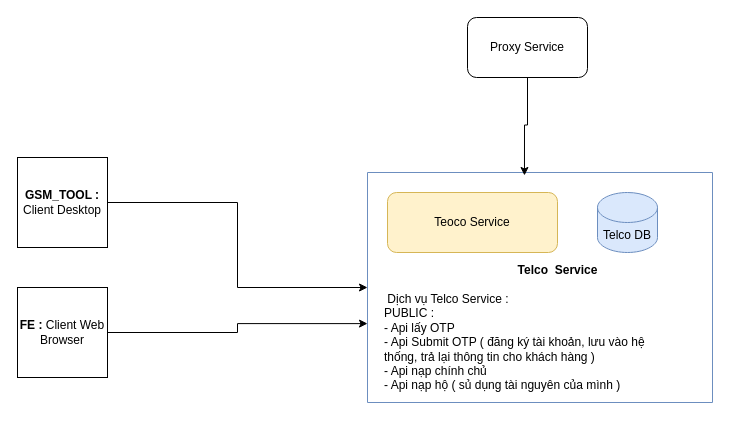
bachdev/diagram keeps this draw.io diagram as VNPAY-Telco Service.drawio. Above is the earlier version. Source tidied: cells renumbered, new cells numbered last; positions are measured from the earlier drawing's top-left corner, leaving out a move shared by most shapes. Both pictures are drawn from the tidied source at 100%, with x=0, y=0 at pixel (17, 17).
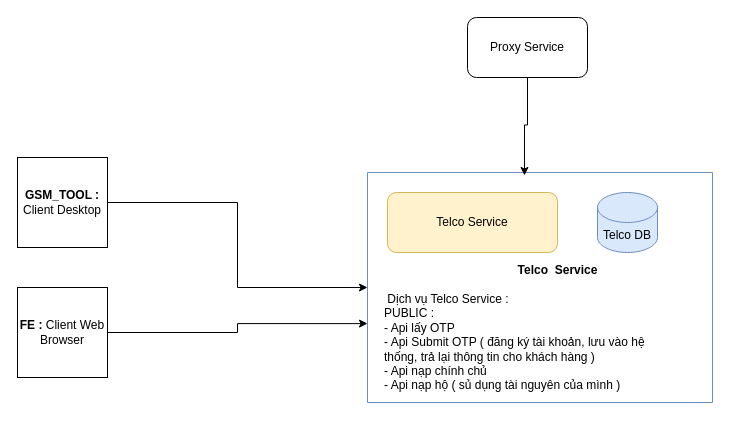
Above is the later version.

Commit message (it also covers changes not shown here):
Cập nhật VNPAY-Telco Service.drawio

Diff of the diagram source:
```diff
@@
 <mxGraphModel>
   <root>
     <mxCell id="0" />
     <mxCell id="1" parent="0" />
     <mxCell id="2" value="Post" style="swimlane;startSize=0;rounded=1;shadow=0;labelBackgroundColor=none;noLabel=1;fillColor=#dae8fc;strokeColor=#6c8ebf;" parent="1" vertex="1">
       <mxGeometry x="350" y="155" width="345" height="230" as="geometry" />
     </mxCell>
     <mxCell id="3" value="&lt;b&gt;Telco&amp;nbsp; Service&lt;br&gt;&lt;/b&gt;" style="text;html=1;align=center;verticalAlign=middle;strokeColor=none;fillColor=none;" parent="2" vertex="1">
       <mxGeometry x="140" y="82.5" width="100" height="30" as="geometry" />
     </mxCell>
-    <mxCell id="4" value="Teoco Service" style="rounded=1;whiteSpace=wrap;html=1;fillColor=#fff2cc;strokeColor=#d6b656;" parent="2" vertex="1">
+    <mxCell id="4" value="Telco Service" style="rounded=1;whiteSpace=wrap;html=1;fillColor=#fff2cc;strokeColor=#d6b656;" parent="2" vertex="1">
       <mxGeometry x="20" y="20" width="170" height="60" as="geometry" />
     </mxCell>
     <mxCell id="5" value="Telco DB" style="shape=cylinder3;whiteSpace=wrap;html=1;boundedLbl=1;backgroundOutline=1;size=15;fillColor=#dae8fc;strokeColor=#6c8ebf;" parent="2" vertex="1">
       <mxGeometry x="230" y="20" width="60" height="60" as="geometry" />
     </mxCell>
     <mxCell id="6" value="&lt;div&gt;&amp;nbsp;Dịch vụ Telco Service : &lt;br&gt;&lt;/div&gt;&lt;div&gt;PUBLIC : &lt;br&gt;&lt;/div&gt;&lt;div&gt;- Api lấy OTP &lt;br&gt;&lt;/div&gt;&lt;div&gt;- Api Submit OTP ( đăng ký tài khoản, lưu vào hệ thống, trả lại thông tin cho khách hàng ) &lt;br&gt;&lt;/div&gt;&lt;div&gt;- Api nạp chính chủ &lt;br&gt;&lt;/div&gt;&lt;div&gt;- Api nạp hộ ( sủ dụng tài nguyên của mình ) &lt;br&gt;&lt;/div&gt;&lt;div&gt;&lt;br&gt;&lt;/div&gt;&lt;div&gt;&lt;br&gt; &lt;/div&gt;" style="text;html=1;whiteSpace=wrap;overflow=hidden;rounded=0;" parent="2" vertex="1">
       <mxGeometry x="15" y="112.5" width="295" height="127.5" as="geometry" />
     </mxCell>
     <mxCell id="7" style="edgeStyle=orthogonalEdgeStyle;rounded=0;jettySize=auto;html=1;" parent="1" edge="1" source="8" target="2">
       <mxGeometry relative="1" as="geometry" />
     </mxCell>
     <mxCell id="8" value="&lt;b&gt;GSM_TOOL : &lt;/b&gt;Client Desktop " style="whiteSpace=wrap;html=1;" parent="1" vertex="1">
       <mxGeometry y="140" width="90" height="90" as="geometry" />
     </mxCell>
     <mxCell id="9" value="&lt;b&gt;FE : &lt;/b&gt;Client Web Browser " style="whiteSpace=wrap;html=1;" parent="1" vertex="1">
       <mxGeometry y="270" width="90" height="90" as="geometry" />
     </mxCell>
     <mxCell id="10" style="edgeStyle=orthogonalEdgeStyle;rounded=0;jettySize=auto;html=1;entryX=0;entryY=0.657;entryDx=0;entryDy=0;entryPerimeter=0;" parent="1" edge="1" source="9" target="2">
       <mxGeometry relative="1" as="geometry" />
     </mxCell>
     <mxCell id="11" value="Proxy Service " style="rounded=1;whiteSpace=wrap;html=1;" parent="1" vertex="1">
       <mxGeometry x="450" width="120" height="60" as="geometry" />
     </mxCell>
     <mxCell id="12" style="edgeStyle=orthogonalEdgeStyle;rounded=0;jettySize=auto;html=1;entryX=0.455;entryY=0.013;entryDx=0;entryDy=0;entryPerimeter=0;" parent="1" edge="1" source="11" target="2">
       <mxGeometry relative="1" as="geometry" />
     </mxCell>
   </root>
 </mxGraphModel>
```
